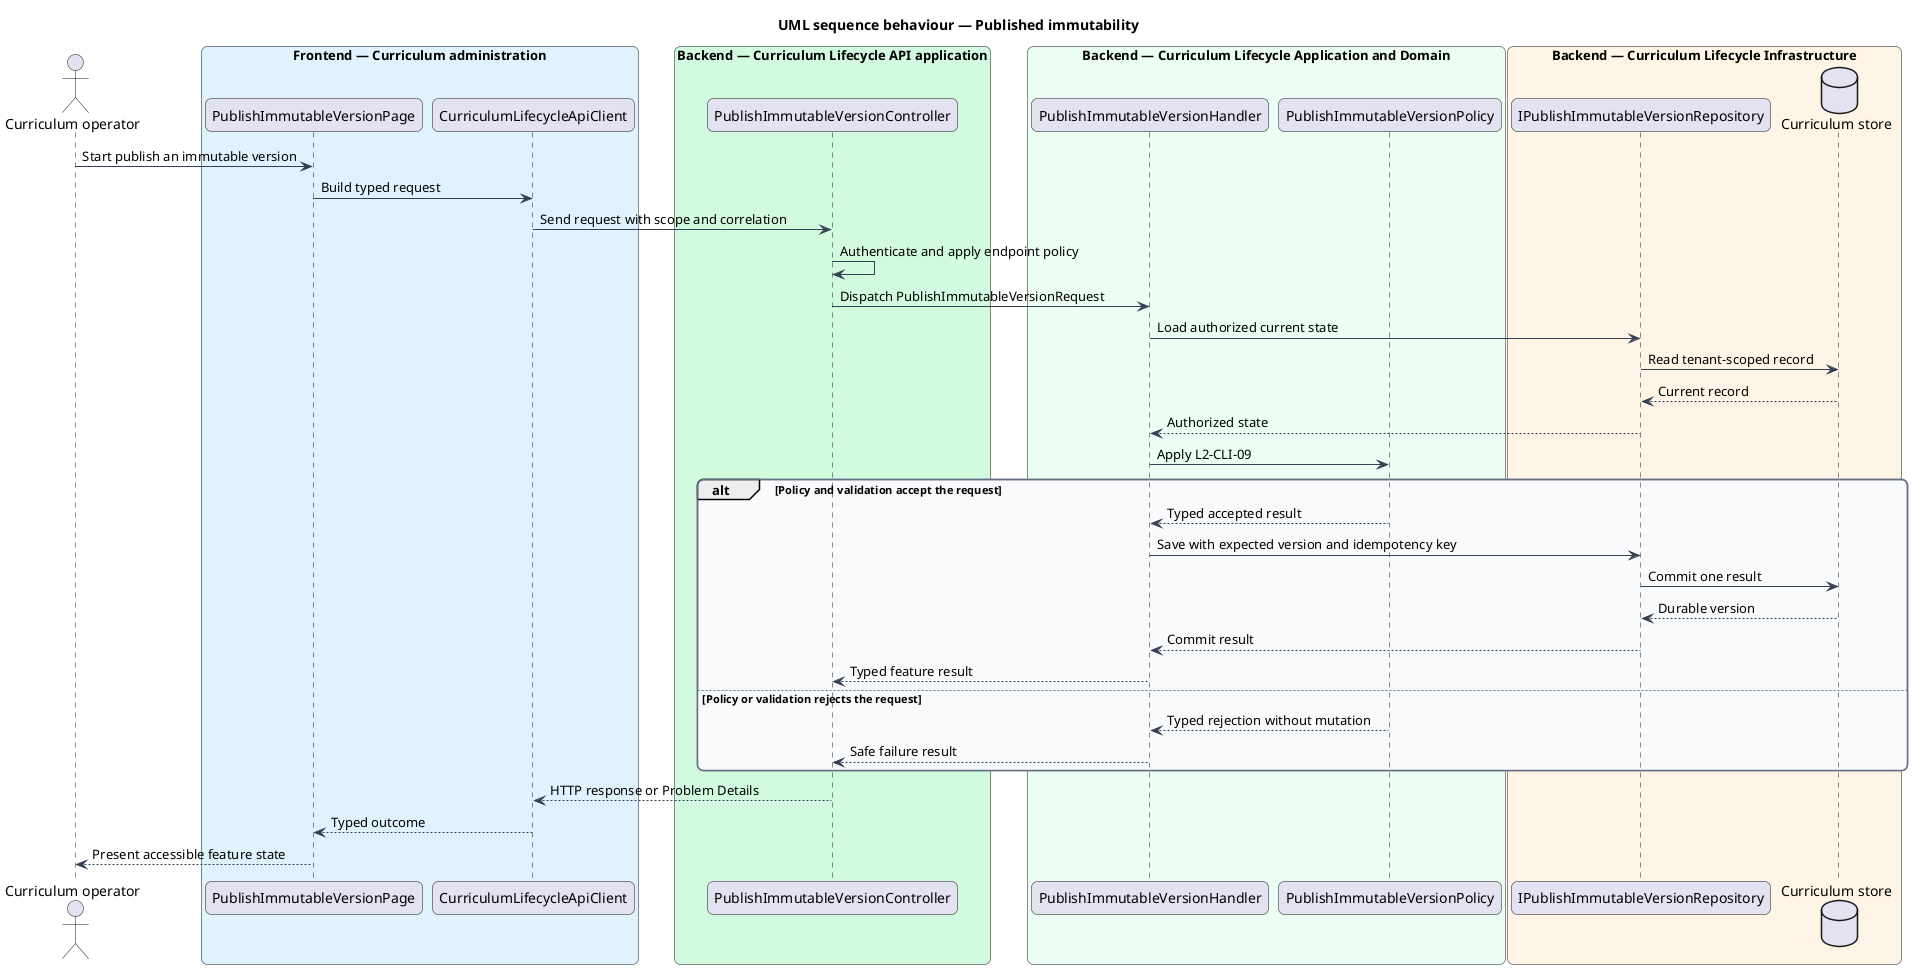
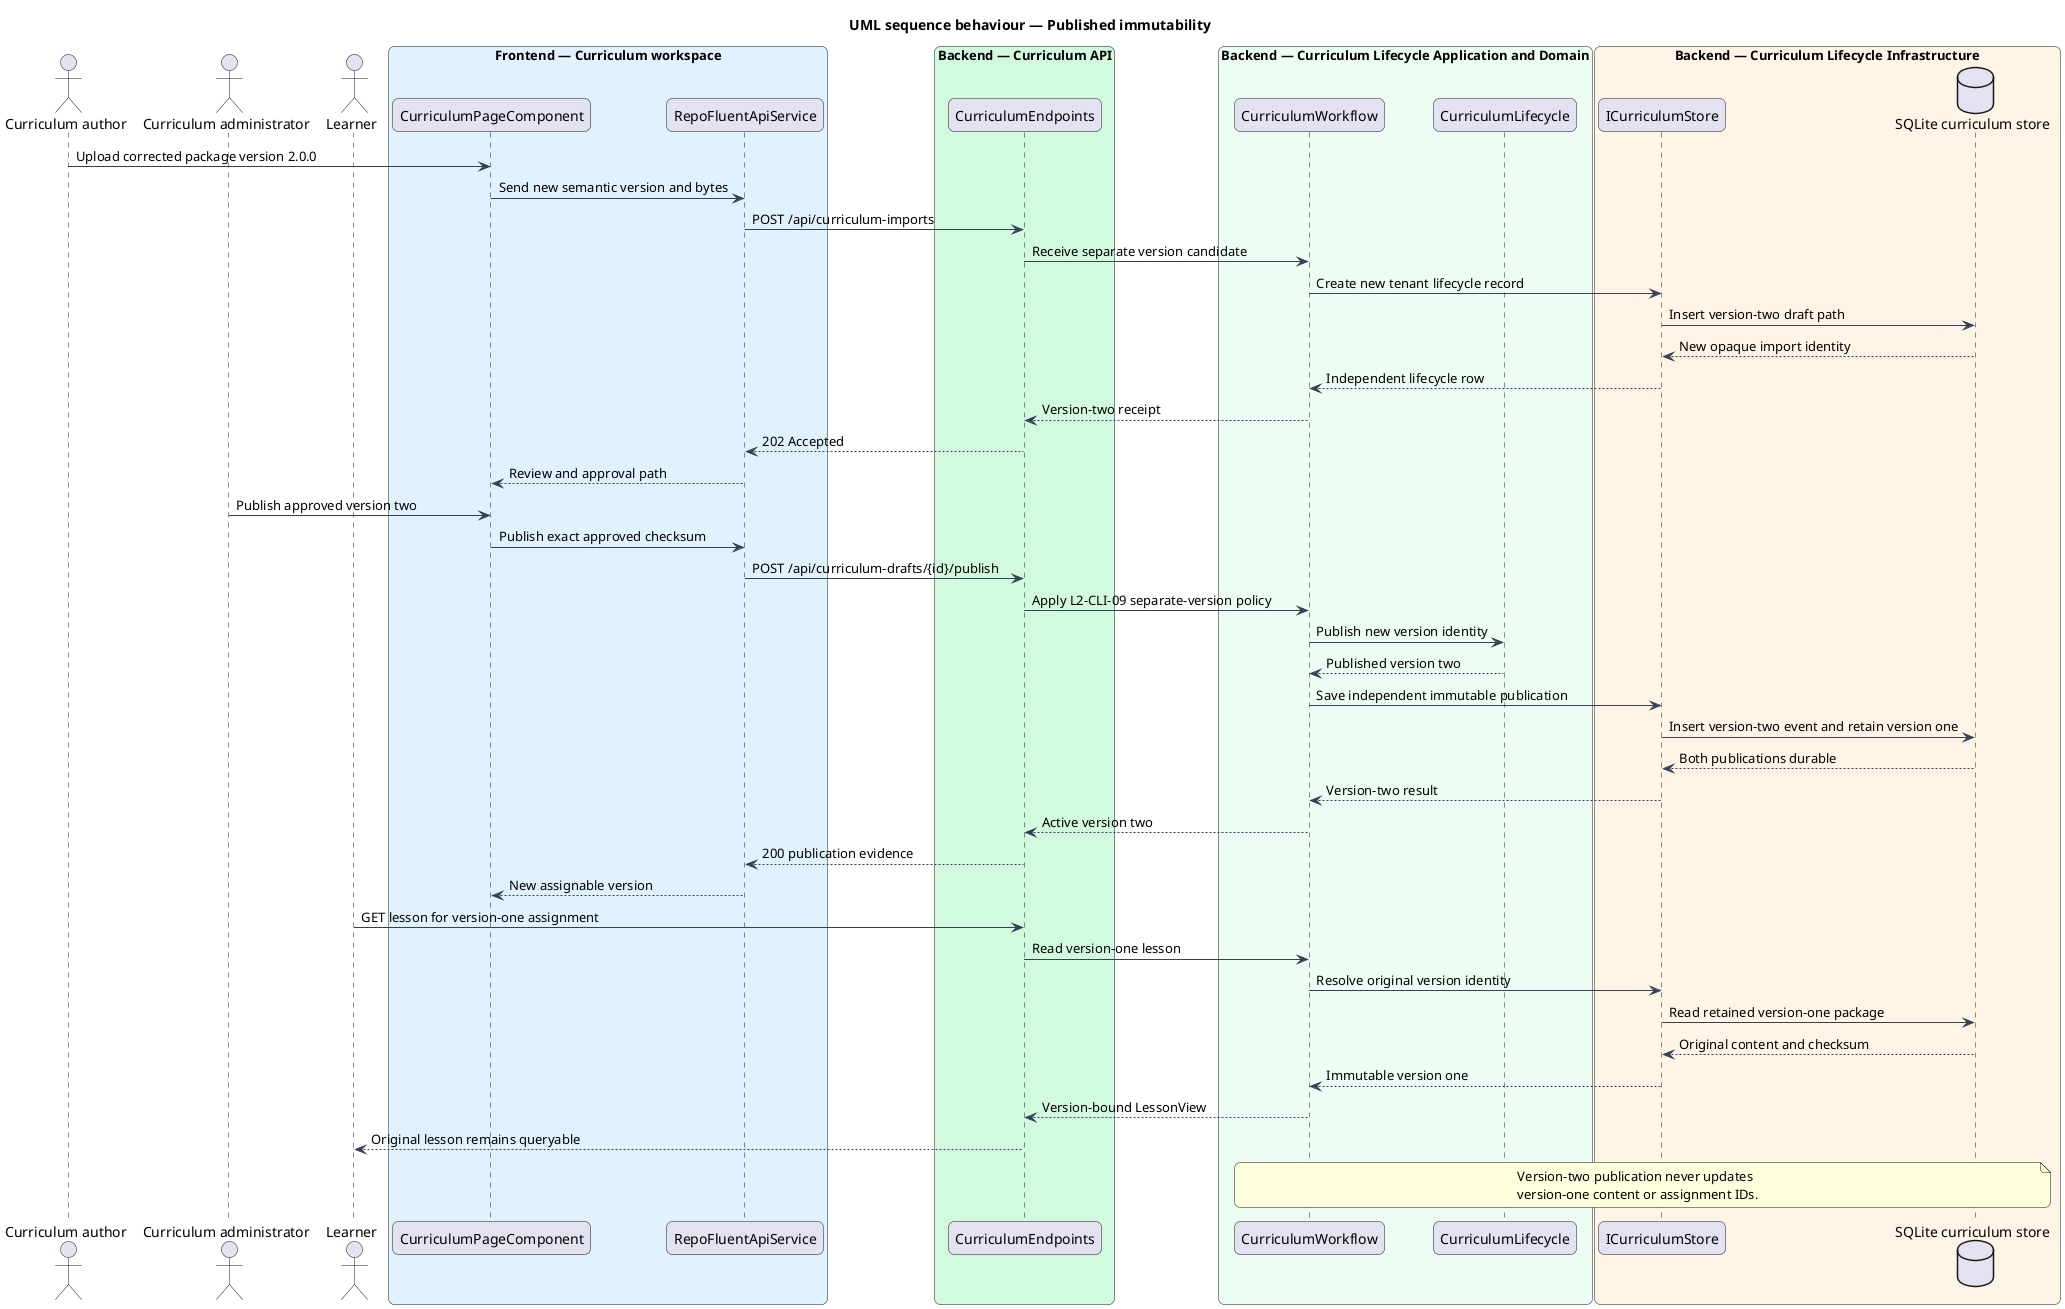
@startuml
title UML sequence behaviour — Published immutability
skinparam backgroundColor #FFFFFF
skinparam shadowing false
skinparam roundcorner 12
skinparam defaultFontName Arial
skinparam ArrowColor #344054
- skinparam rectangle {
-   BorderColor #344054
-   FontColor #101828
- }
- skinparam package {
-   BorderColor #667085
-   FontColor #101828
-   BackgroundColor #F9FAFB
- }
- actor "Curriculum operator" as actor
- box "Frontend — Curriculum administration" #E0F2FE
-   participant "PublishImmutableVersionPage" as entry
-   participant "CurriculumLifecycleApiClient" as client
+ actor "Curriculum author" as author
+ actor "Curriculum administrator" as admin
+ actor "Learner" as learner
+ box "Frontend — Curriculum workspace" #E0F2FE
+   participant "CurriculumPageComponent" as page
+   participant "RepoFluentApiService" as client
end box
- box "Backend — Curriculum Lifecycle API application" #D1FADF
-   participant "PublishImmutableVersionController" as controller
+ box "Backend — Curriculum API" #D1FADF
+   participant "CurriculumEndpoints" as endpoints
end box
box "Backend — Curriculum Lifecycle Application and Domain" #ECFDF3
-   participant "PublishImmutableVersionHandler" as handler
-   participant "PublishImmutableVersionPolicy" as policy
+   participant "CurriculumWorkflow" as workflow
+   participant "CurriculumLifecycle" as lifecycle
end box
box "Backend — Curriculum Lifecycle Infrastructure" #FFF4E5
-   participant "IPublishImmutableVersionRepository" as repository
-   database "Curriculum store" as store
+   participant "ICurriculumStore" as port
+   database "SQLite curriculum store" as store
end box
- actor -> entry : Start publish an immutable version
- entry -> client : Build typed request
- client -> controller : Send request with scope and correlation
- controller -> controller : Authenticate and apply endpoint policy
- controller -> handler : Dispatch PublishImmutableVersionRequest
- handler -> repository : Load authorized current state
- repository -> store : Read tenant-scoped record
- store --> repository : Current record
- repository --> handler : Authorized state
- handler -> policy : Apply L2-CLI-09
- alt Policy and validation accept the request
-   policy --> handler : Typed accepted result
-   handler -> repository : Save with expected version and idempotency key
-   repository -> store : Commit one result
-   store --> repository : Durable version
-   repository --> handler : Commit result
-   handler --> controller : Typed feature result
- else Policy or validation rejects the request
-   policy --> handler : Typed rejection without mutation
-   handler --> controller : Safe failure result
- end
- controller --> client : HTTP response or Problem Details
- client --> entry : Typed outcome
- entry --> actor : Present accessible feature state
+ 
+ author -> page : Upload corrected package version 2.0.0
+ page -> client : Send new semantic version and bytes
+ client -> endpoints : POST /api/curriculum-imports
+ endpoints -> workflow : Receive separate version candidate
+ workflow -> port : Create new tenant lifecycle record
+ port -> store : Insert version-two draft path
+ store --> port : New opaque import identity
+ port --> workflow : Independent lifecycle row
+ workflow --> endpoints : Version-two receipt
+ endpoints --> client : 202 Accepted
+ client --> page : Review and approval path
+ 
+ admin -> page : Publish approved version two
+ page -> client : Publish exact approved checksum
+ client -> endpoints : POST /api/curriculum-drafts/{id}/publish
+ endpoints -> workflow : Apply L2-CLI-09 separate-version policy
+ workflow -> lifecycle : Publish new version identity
+ lifecycle --> workflow : Published version two
+ workflow -> port : Save independent immutable publication
+ port -> store : Insert version-two event and retain version one
+ store --> port : Both publications durable
+ port --> workflow : Version-two result
+ workflow --> endpoints : Active version two
+ endpoints --> client : 200 publication evidence
+ client --> page : New assignable version
+ 
+ learner -> endpoints : GET lesson for version-one assignment
+ endpoints -> workflow : Read version-one lesson
+ workflow -> port : Resolve original version identity
+ port -> store : Read retained version-one package
+ store --> port : Original content and checksum
+ port --> workflow : Immutable version one
+ workflow --> endpoints : Version-bound LessonView
+ endpoints --> learner : Original lesson remains queryable
+ 
+ note over workflow,store
+   Version-two publication never updates
+   version-one content or assignment IDs.
+ end note
@enduml
